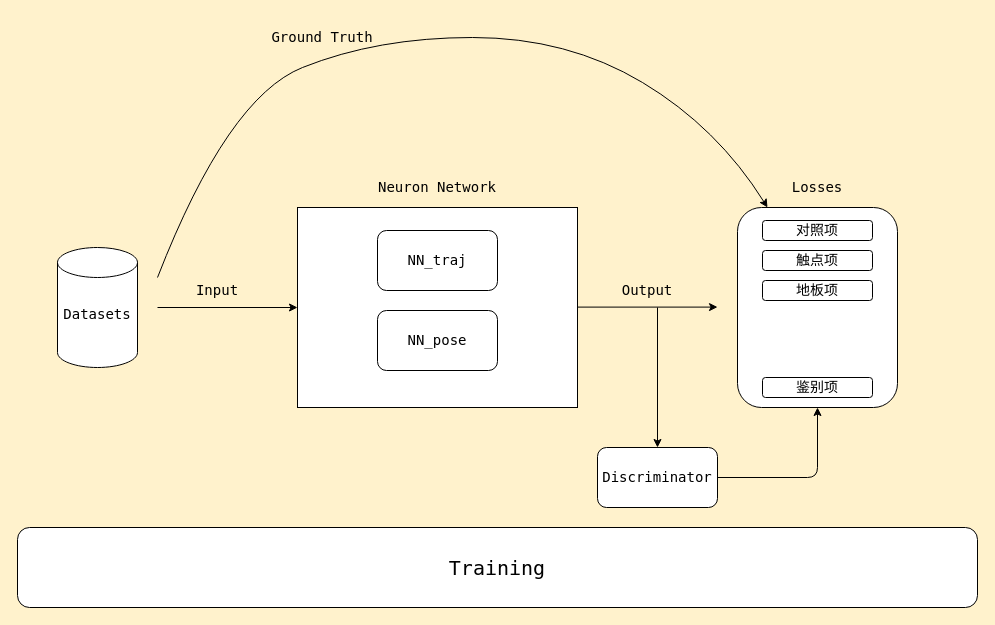
Tyushang/diagrams keeps this draw.io diagram as app.diagrams.net/Untitled Diagram.drawio. Above is the earlier version. Source tidied: cells renumbered, new cells numbered last; positions are measured from the earlier drawing's top-left corner, leaving out a move shared by most shapes. Both pictures are drawn from the tidied source at 100%, with x=0, y=0 at pixel (17, 17).
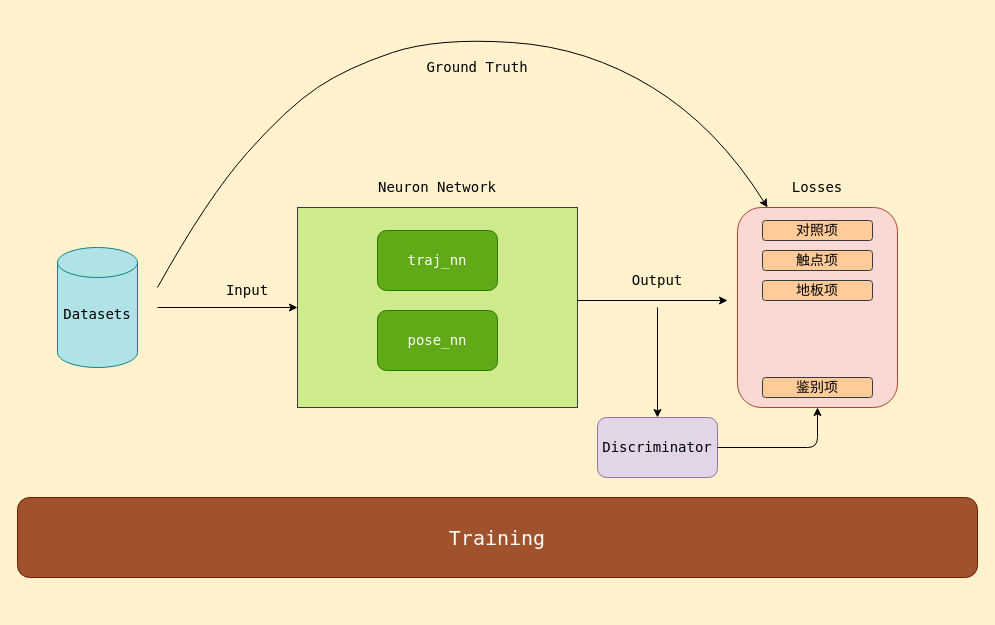
Above is the later version.

Change to the diagram source:
```diff
@@
-    <mxCell id="2" style="rounded=0;whiteSpace=wrap;html=1;fontFamily=Lucida Console;fontSize=14;" parent="1" vertex="1">
+    <mxCell id="2" style="rounded=0;whiteSpace=wrap;html=1;fontFamily=Lucida Console;fontSize=14;labelBorderColor=none;fillColor=#cdeb8b;strokeColor=#36393d;" parent="1" vertex="1">
       <mxGeometry x="280" y="190" width="280" height="200" as="geometry" />
     </mxCell>
-    <mxCell id="3" style="shape=cylinder3;whiteSpace=wrap;html=1;boundedLbl=1;backgroundOutline=1;size=15;fontSize=14;" parent="1" vertex="1">
+    <mxCell id="3" style="shape=cylinder3;whiteSpace=wrap;html=1;boundedLbl=1;backgroundOutline=1;size=15;fontSize=14;labelBorderColor=none;fillColor=#b0e3e6;strokeColor=#0e8088;" parent="1" vertex="1">
       <mxGeometry x="40" y="230" width="80" height="120" as="geometry" />
     </mxCell>
-    <mxCell id="4" value="Datasets" style="text;html=1;strokeColor=none;fillColor=none;align=center;verticalAlign=middle;whiteSpace=wrap;rounded=0;fontFamily=Lucida Console;fontSize=14;" parent="1" vertex="1">
+    <mxCell id="4" value="Datasets" style="text;html=1;strokeColor=none;fillColor=none;align=center;verticalAlign=middle;whiteSpace=wrap;rounded=0;fontFamily=Lucida Console;fontSize=14;labelBorderColor=none;" parent="1" vertex="1">
       <mxGeometry x="40" y="277" width="80" height="40" as="geometry" />
     </mxCell>
-    <mxCell id="5" style="rounded=1;whiteSpace=wrap;html=1;fontFamily=Lucida Console;fontSize=14;" parent="1" vertex="1">
+    <mxCell id="5" value="traj_nn" style="rounded=1;whiteSpace=wrap;html=1;fontFamily=Lucida Console;fontSize=14;labelBorderColor=none;fillColor=#60a917;strokeColor=#2D7600;fontColor=#ffffff;" parent="1" vertex="1">
       <mxGeometry x="360" y="213" width="120" height="60" as="geometry" />
     </mxCell>
-    <mxCell id="6" style="rounded=1;whiteSpace=wrap;html=1;fontFamily=Lucida Console;fontSize=14;" parent="1" vertex="1">
+    <mxCell id="6" value="pose_nn" style="rounded=1;whiteSpace=wrap;html=1;fontFamily=Lucida Console;fontSize=14;labelBorderColor=none;fillColor=#60a917;strokeColor=#2D7600;fontColor=#ffffff;" parent="1" vertex="1">
       <mxGeometry x="360" y="293" width="120" height="60" as="geometry" />
     </mxCell>
-    <mxCell id="7" value="NN_traj" style="text;html=1;strokeColor=none;fillColor=none;align=center;verticalAlign=middle;whiteSpace=wrap;rounded=0;fontFamily=Lucida Console;fontSize=14;" parent="1" vertex="1">
-      <mxGeometry x="380" y="223" width="80" height="40" as="geometry" />
-    </mxCell>
-    <mxCell id="8" value="NN_pose" style="text;html=1;strokeColor=none;fillColor=none;align=center;verticalAlign=middle;whiteSpace=wrap;rounded=0;fontFamily=Lucida Console;fontSize=14;" parent="1" vertex="1">
-      <mxGeometry x="380" y="303" width="80" height="40" as="geometry" />
-    </mxCell>
-    <mxCell id="9" value="Neuron Network" style="text;html=1;strokeColor=none;fillColor=none;align=center;verticalAlign=middle;whiteSpace=wrap;rounded=0;fontFamily=Lucida Console;fontSize=14;" parent="1" vertex="1">
+    <mxCell id="9" value="Neuron Network" style="text;html=1;strokeColor=none;fillColor=none;align=center;verticalAlign=middle;whiteSpace=wrap;rounded=0;fontFamily=Lucida Console;fontSize=14;labelBorderColor=none;" parent="1" vertex="1">
       <mxGeometry x="335" y="150" width="170" height="40" as="geometry" />
     </mxCell>
-    <mxCell id="10" style="endArrow=classic;html=1;fontFamily=Lucida Console;entryX=0;entryY=0.5;entryDx=0;entryDy=0;fontSize=14;" parent="1" edge="1">
+    <mxCell id="10" style="endArrow=classic;html=1;fontFamily=Lucida Console;entryX=0;entryY=0.5;entryDx=0;entryDy=0;fontSize=14;labelBorderColor=none;" parent="1" edge="1">
       <mxGeometry relative="1" as="geometry">
         <mxPoint x="140" y="290" as="sourcePoint" />
         <mxPoint x="280" y="290" as="targetPoint" />
       </mxGeometry>
     </mxCell>
-    <mxCell id="11" value="Input" style="text;html=1;strokeColor=none;fillColor=none;align=center;verticalAlign=middle;whiteSpace=wrap;rounded=0;fontFamily=Lucida Console;fontSize=14;" parent="1" vertex="1">
-      <mxGeometry x="160" y="253" width="80" height="40" as="geometry" />
+    <mxCell id="11" value="Input" style="text;html=1;strokeColor=none;fillColor=none;align=center;verticalAlign=middle;whiteSpace=wrap;rounded=0;fontFamily=Lucida Console;fontSize=14;labelBorderColor=none;" parent="1" vertex="1">
+      <mxGeometry x="190" y="253" width="80" height="40" as="geometry" />
     </mxCell>
-    <mxCell id="12" style="endArrow=classic;html=1;fontFamily=Lucida Console;entryX=0;entryY=0.5;entryDx=0;entryDy=0;fontSize=14;" parent="1" edge="1">
-      <mxGeometry relative="1" as="geometry">
-        <mxPoint x="560" y="289.6" as="sourcePoint" />
-        <mxPoint x="700" y="289.6" as="targetPoint" />
-      </mxGeometry>
-    </mxCell>
-    <mxCell id="13" value="Output" style="text;html=1;strokeColor=none;fillColor=none;align=center;verticalAlign=middle;whiteSpace=wrap;rounded=0;fontFamily=Lucida Console;fontSize=14;" parent="1" vertex="1">
-      <mxGeometry x="590" y="253" width="80" height="40" as="geometry" />
+    <mxCell id="13" value="Output" style="text;html=1;strokeColor=none;fillColor=none;align=center;verticalAlign=middle;whiteSpace=wrap;rounded=0;fontFamily=Lucida Console;fontSize=14;labelBorderColor=none;" parent="1" vertex="1">
+      <mxGeometry x="600" y="243" width="80" height="40" as="geometry" />
     </mxCell>
-    <mxCell id="14" style="rounded=1;whiteSpace=wrap;html=1;fontFamily=Lucida Console;fontSize=14;" parent="1" vertex="1">
+    <mxCell id="14" style="rounded=1;whiteSpace=wrap;html=1;fontFamily=Lucida Console;fontSize=14;labelBorderColor=none;fillColor=#fad9d5;strokeColor=#ae4132;" parent="1" vertex="1">
       <mxGeometry x="720" y="190" width="160" height="200" as="geometry" />
     </mxCell>
-    <mxCell id="15" value="Losses" style="text;html=1;strokeColor=none;fillColor=none;align=center;verticalAlign=middle;whiteSpace=wrap;rounded=0;fontFamily=Lucida Console;fontSize=14;" parent="1" vertex="1">
+    <mxCell id="15" value="Losses" style="text;html=1;strokeColor=none;fillColor=none;align=center;verticalAlign=middle;whiteSpace=wrap;rounded=0;fontFamily=Lucida Console;fontSize=14;labelBorderColor=none;" parent="1" vertex="1">
       <mxGeometry x="715" y="150" width="170" height="40" as="geometry" />
     </mxCell>
-    <mxCell id="16" value="对照项" style="rounded=1;whiteSpace=wrap;html=1;fontFamily=Lucida Console;fontSize=14;" parent="1" vertex="1">
+    <mxCell id="16" value="对照项" style="rounded=1;whiteSpace=wrap;html=1;fontFamily=Lucida Console;fontSize=14;labelBorderColor=none;fillColor=#ffcc99;strokeColor=#36393d;" parent="1" vertex="1">
       <mxGeometry x="745" y="203" width="110" height="20" as="geometry" />
     </mxCell>
-    <mxCell id="17" value="鉴别项" style="rounded=1;whiteSpace=wrap;html=1;fontFamily=Lucida Console;fontSize=14;" parent="1" vertex="1">
+    <mxCell id="17" value="鉴别项" style="rounded=1;whiteSpace=wrap;html=1;fontFamily=Lucida Console;fontSize=14;labelBorderColor=none;fillColor=#ffcc99;strokeColor=#36393d;" parent="1" vertex="1">
       <mxGeometry x="745" y="360" width="110" height="20" as="geometry" />
     </mxCell>
-    <mxCell id="18" style="curved=1;endArrow=classic;html=1;fontFamily=Lucida Console;fontSize=14;" parent="1" edge="1">
+    <mxCell id="18" style="curved=1;endArrow=classic;html=1;fontFamily=Lucida Console;fontSize=14;labelBorderColor=none;" parent="1" edge="1">
       <mxGeometry relative="1" as="geometry">
-        <mxPoint x="140" y="260" as="sourcePoint" />
+        <mxPoint x="140" y="270" as="sourcePoint" />
         <mxPoint x="750" y="190" as="targetPoint" />
         <Array as="points">
-          <mxPoint x="210" y="80" />
-          <mxPoint x="360" y="20" />
-          <mxPoint x="550" y="20" />
+          <mxPoint x="190" y="180" />
+          <mxPoint x="270" y="90" />
+          <mxPoint x="330" y="50" />
+          <mxPoint x="420" y="20" />
+          <mxPoint x="570" y="30" />
           <mxPoint x="700" y="110" />
         </Array>
       </mxGeometry>
     </mxCell>
-    <mxCell id="19" value="触点项" style="rounded=1;whiteSpace=wrap;html=1;fontFamily=Lucida Console;fontSize=14;" parent="1" vertex="1">
+    <mxCell id="19" value="触点项" style="rounded=1;whiteSpace=wrap;html=1;fontFamily=Lucida Console;fontSize=14;labelBorderColor=none;fillColor=#ffcc99;strokeColor=#36393d;" parent="1" vertex="1">
       <mxGeometry x="745" y="233" width="110" height="20" as="geometry" />
     </mxCell>
-    <mxCell id="20" value="地板项" style="rounded=1;whiteSpace=wrap;html=1;fontFamily=Lucida Console;fontSize=14;" parent="1" vertex="1">
+    <mxCell id="20" value="地板项" style="rounded=1;whiteSpace=wrap;html=1;fontFamily=Lucida Console;fontSize=14;labelBorderColor=none;fillColor=#ffcc99;strokeColor=#36393d;" parent="1" vertex="1">
       <mxGeometry x="745" y="263" width="110" height="20" as="geometry" />
     </mxCell>
-    <mxCell id="21" value="Discriminator" style="rounded=1;whiteSpace=wrap;html=1;fontFamily=Lucida Console;fontSize=14;" parent="1" vertex="1">
-      <mxGeometry x="580" y="430" width="120" height="60" as="geometry" />
+    <mxCell id="21" value="Discriminator" style="rounded=1;whiteSpace=wrap;html=1;fontFamily=Lucida Console;fontSize=14;labelBorderColor=none;fillColor=#e1d5e7;strokeColor=#9673a6;" parent="1" vertex="1">
+      <mxGeometry x="580" y="400" width="120" height="60" as="geometry" />
     </mxCell>
-    <mxCell id="22" style="endArrow=classic;html=1;fontFamily=Lucida Console;entryX=0.5;entryY=0;entryDx=0;entryDy=0;fontSize=14;" parent="1" edge="1" target="21">
+    <mxCell id="22" style="endArrow=classic;html=1;fontFamily=Lucida Console;entryX=0.5;entryY=0;entryDx=0;entryDy=0;fontSize=14;labelBorderColor=none;" parent="1" edge="1" target="21">
       <mxGeometry relative="1" as="geometry">
         <mxPoint x="640" y="290" as="sourcePoint" />
       </mxGeometry>
     </mxCell>
-    <mxCell id="23" style="endArrow=classic;html=1;fontFamily=Lucida Console;exitX=1;exitY=0.5;exitDx=0;exitDy=0;entryX=0.5;entryY=1;entryDx=0;entryDy=0;fontSize=14;" parent="1" edge="1" source="21" target="14">
+    <mxCell id="23" style="endArrow=classic;html=1;fontFamily=Lucida Console;exitX=1;exitY=0.5;exitDx=0;exitDy=0;entryX=0.5;entryY=1;entryDx=0;entryDy=0;fontSize=14;labelBorderColor=none;" parent="1" edge="1" source="21" target="14">
       <mxGeometry relative="1" as="geometry">
         <Array as="points">
-          <mxPoint x="800" y="460" />
+          <mxPoint x="800" y="430" />
         </Array>
       </mxGeometry>
     </mxCell>
-    <mxCell id="24" value="Training" style="rounded=1;whiteSpace=wrap;html=1;fontFamily=Lucida Console;fontSize=20;" parent="1" vertex="1">
-      <mxGeometry y="510" width="960" height="80" as="geometry" />
+    <mxCell id="24" value="Training" style="rounded=1;whiteSpace=wrap;html=1;fontFamily=Lucida Console;fontSize=20;labelBorderColor=none;fillColor=#a0522d;strokeColor=#6D1F00;fontColor=#ffffff;" parent="1" vertex="1">
+      <mxGeometry y="480" width="960" height="80" as="geometry" />
     </mxCell>
-    <mxCell id="25" value="Ground Truth" style="text;html=1;strokeColor=none;fillColor=none;align=center;verticalAlign=middle;whiteSpace=wrap;rounded=0;fontFamily=Lucida Console;fontSize=14;" parent="1" vertex="1">
-      <mxGeometry x="220" width="170" height="40" as="geometry" />
+    <mxCell id="25" value="Ground Truth" style="text;html=1;strokeColor=none;fillColor=none;align=center;verticalAlign=middle;whiteSpace=wrap;rounded=0;fontFamily=Lucida Console;fontSize=14;labelBorderColor=none;" parent="1" vertex="1">
+      <mxGeometry x="375" y="30" width="170" height="40" as="geometry" />
     </mxCell>
+    <mxCell id="26" style="endArrow=classic;html=1;fontFamily=Lucida Console;fontSize=14;labelBorderColor=none;" parent="1" edge="1">
+      <mxGeometry relative="1" as="geometry">
+        <mxPoint x="560" y="283" as="sourcePoint" />
+        <mxPoint x="710" y="283" as="targetPoint" />
+      </mxGeometry>
+    </mxCell>
```
